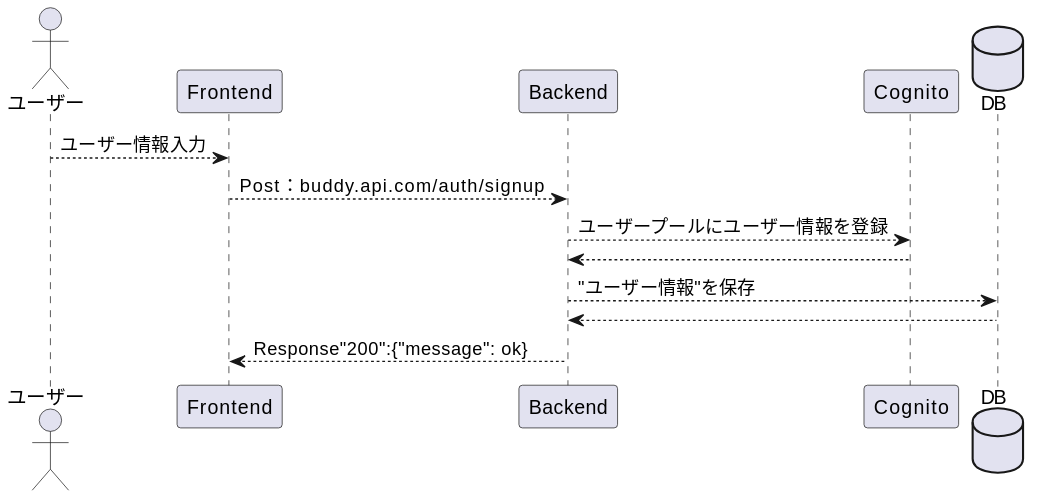
Fukuemon/buddy_design_docs keeps this PlantUML diagram as src/diagrams-svg/Sequence/Auth/SignUp.svg. Above is the earlier version.
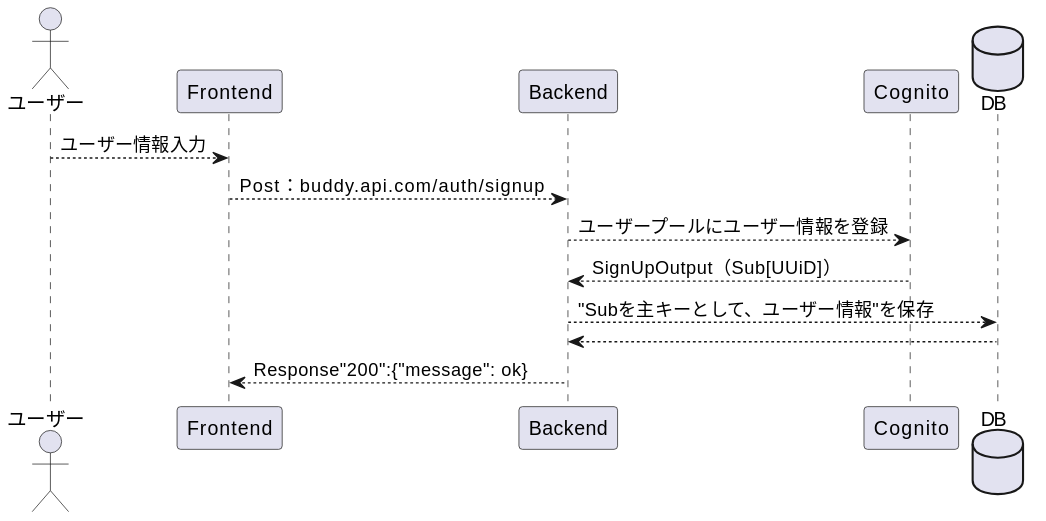
Later version of the same file.

Diff of the diagram source:
```diff
@@ -9,8 +9,8 @@
 ユーザー --> Front: ユーザー情報入力
 Front --> Back: Post：buddy.api.com/auth/signup
 Back --> Cognito: ユーザープールにユーザー情報を登録
-Cognito --> Back
-Back --> DB: "ユーザー情報"を保存
+Cognito --> Back: SignUpOutput（Sub[UUiD]）
+Back --> DB: "Subを主キーとして、ユーザー情報"を保存
 DB --> Back
 Back --> Front: Response"200":{"message": ok}
 @enduml
```
